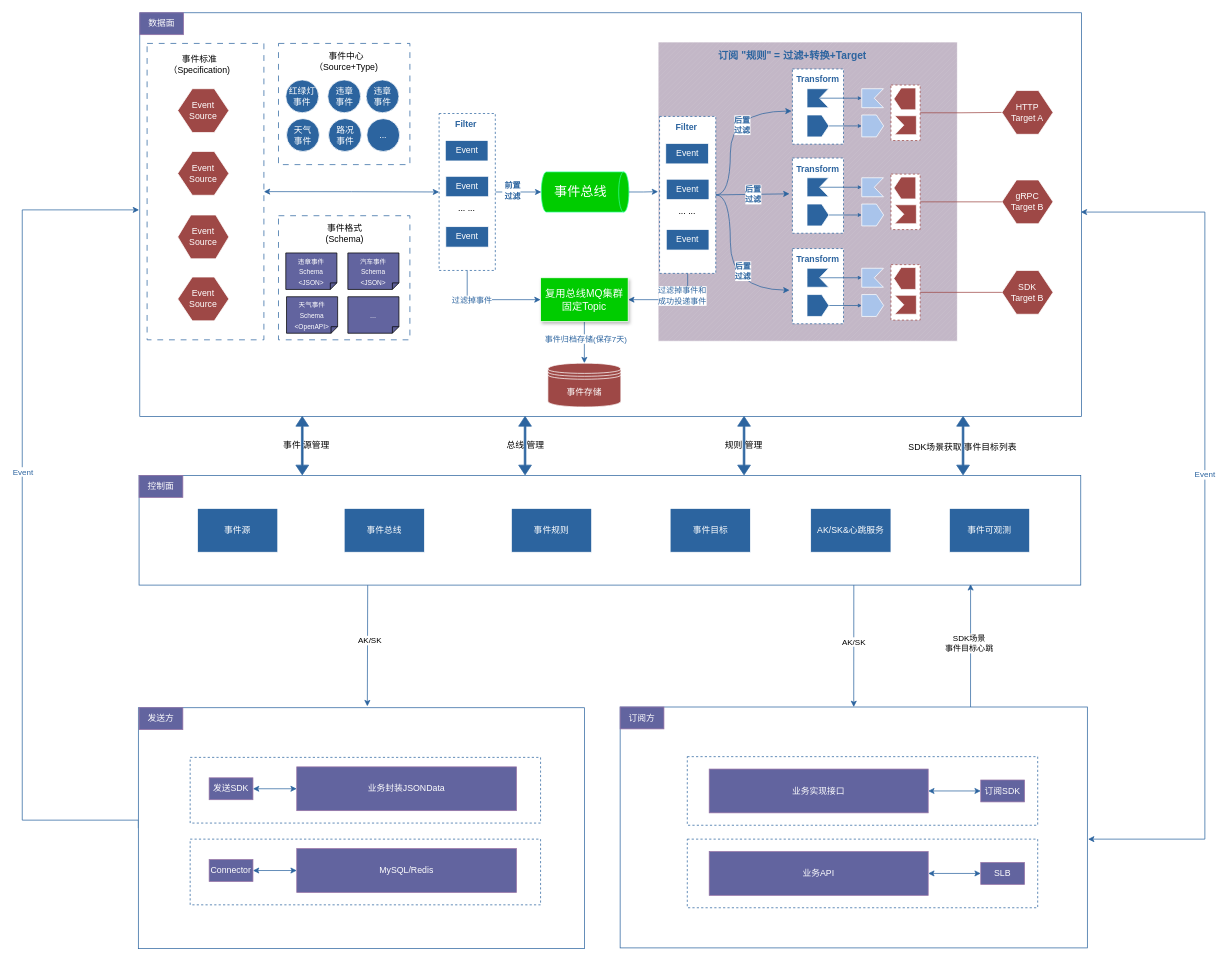
This is 事件中心SDK.drawio from qiangyin/zipkin-server, a draw.io file, before an edit. Source tidied: cells renumbered, new cells numbered last; positions are measured from the earlier drawing's top-left corner, leaving out a move shared by most shapes. Both pictures are drawn from the tidied source at 73%, with x=0, y=0 at pixel (22, 12).
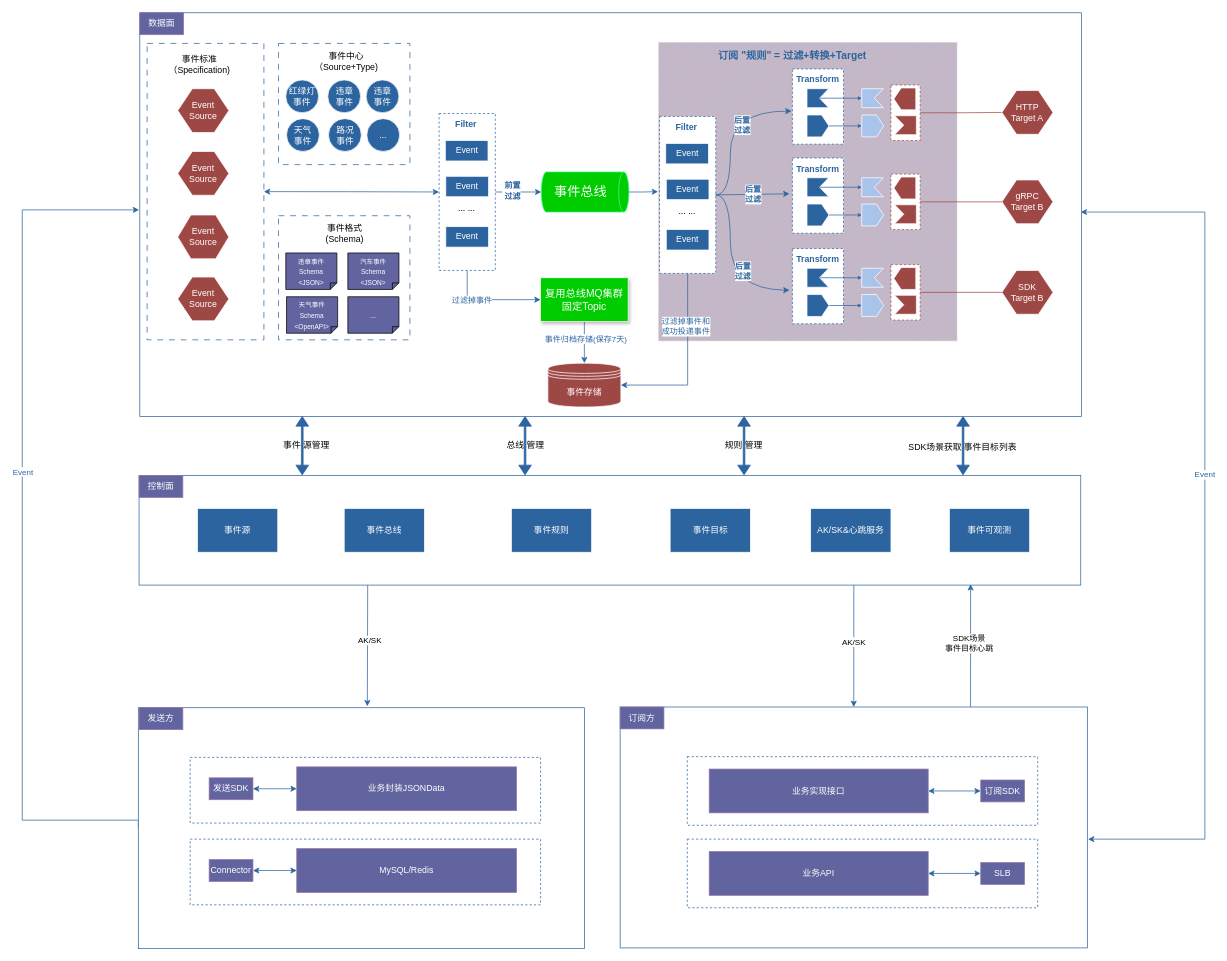
The same diagram, later.

Commit message:
更新事件中心SDK.drawio

Unchanged cells that the change refers to:
```xml
<mxCell id="42" style="rounded=0;whiteSpace=wrap;html=1;dashed=1;strokeColor=#2C649F;" parent="1" vertex="1">
  <mxGeometry x="873" y="142" width="77" height="215" as="geometry" />
</mxCell>
<mxCell id="139" value="&lt;font style=&quot;font-size: 14px;&quot; color=&quot;#ffffff&quot;&gt;复用总线MQ集群&lt;br&gt;固定Topic&lt;/font&gt;" style="rounded=0;whiteSpace=wrap;html=1;fillColor=#00CC00;strokeColor=#FFFFFF;shadow=1;" parent="1" vertex="1">
  <mxGeometry x="710" y="363" width="120" height="60" as="geometry" />
</mxCell>
<mxCell id="140" value="&lt;font color=&quot;#ffffff&quot;&gt;事件存储&lt;/font&gt;" style="shape=datastore;whiteSpace=wrap;html=1;fillColor=#9E4846;strokeColor=#FFFFFF;" parent="1" vertex="1">
  <mxGeometry x="720" y="480" width="100" height="60" as="geometry" />
</mxCell>
```

Change to the diagram source:
```diff
@@
-    <mxCell id="40" style="edgeStyle=orthogonalEdgeStyle;rounded=0;jettySize=auto;html=1;exitX=0.5;exitY=1;exitDx=0;exitDy=0;entryX=1;entryY=0.5;entryDx=0;entryDy=0;strokeColor=#2C649F;" parent="1" edge="1" source="42" target="139">
+    <mxCell id="40" style="edgeStyle=orthogonalEdgeStyle;rounded=0;jettySize=auto;html=1;exitX=0.5;exitY=1;exitDx=0;exitDy=0;entryX=1;entryY=0.5;entryDx=0;entryDy=0;strokeColor=#2C649F;" parent="1" edge="1" source="42" target="140">
       <mxGeometry relative="1" as="geometry" />
     </mxCell>
     <mxCell id="41" value="&lt;font color=&quot;#2c649f&quot;&gt;过滤掉事件和&lt;br&gt;成功投递事件&lt;/font&gt;" style="edgeLabel;html=1;align=center;verticalAlign=middle;" parent="40" vertex="1">
       <mxGeometry x="-0.2" y="-6" relative="1" as="geometry">
-        <mxPoint x="3" as="offset" />
+        <mxPoint x="3" y="-26" as="offset" />
       </mxGeometry>
     </mxCell>
```
